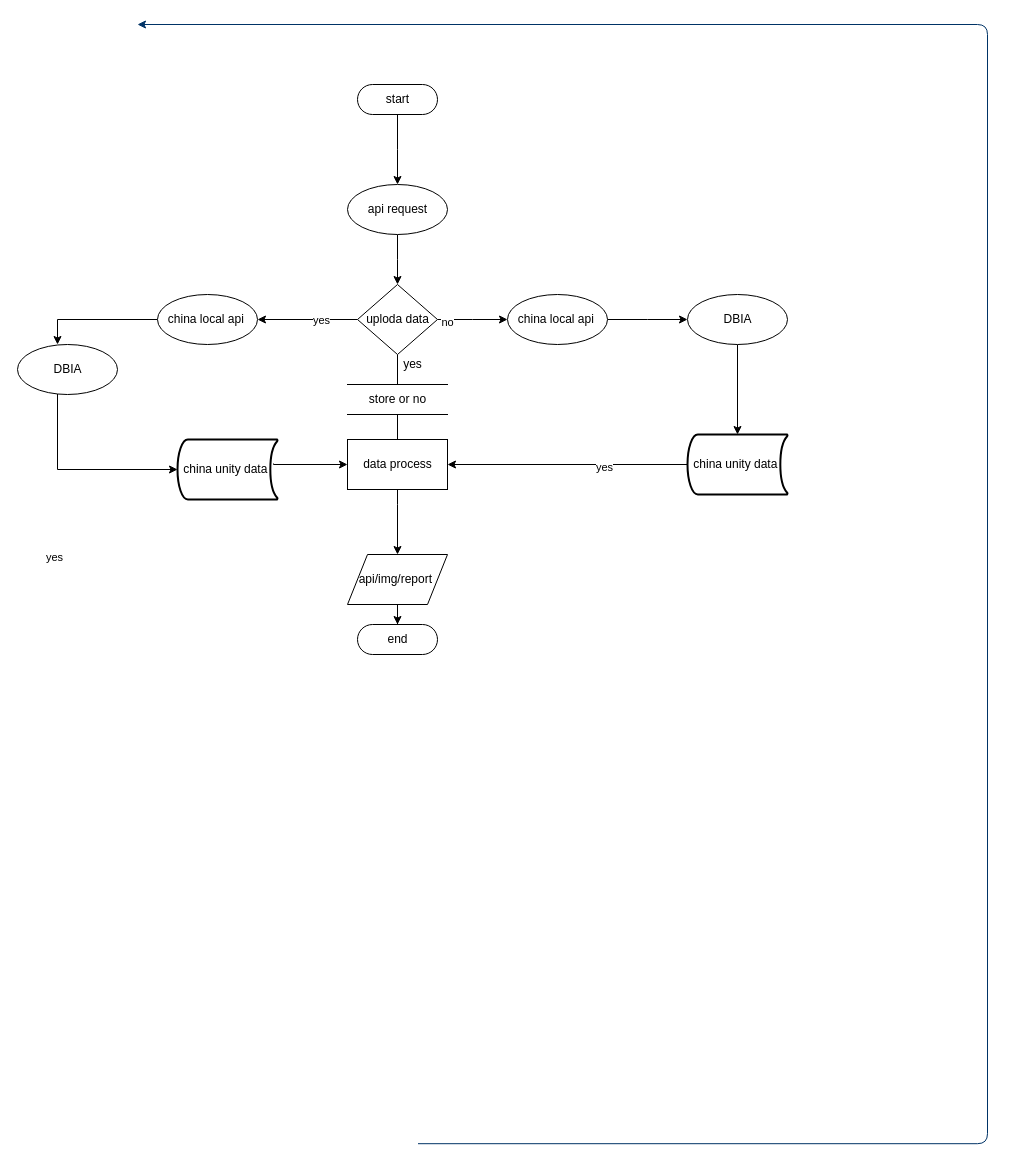
The draw.io diagram data2.drawio in 780662833/file, before the edit. Source tidied: cells renumbered, new cells numbered last; positions are measured from the earlier drawing's top-left corner, leaving out a move shared by most shapes. Both pictures are drawn from the tidied source at 100%, with x=0, y=0 at pixel (17, 24).
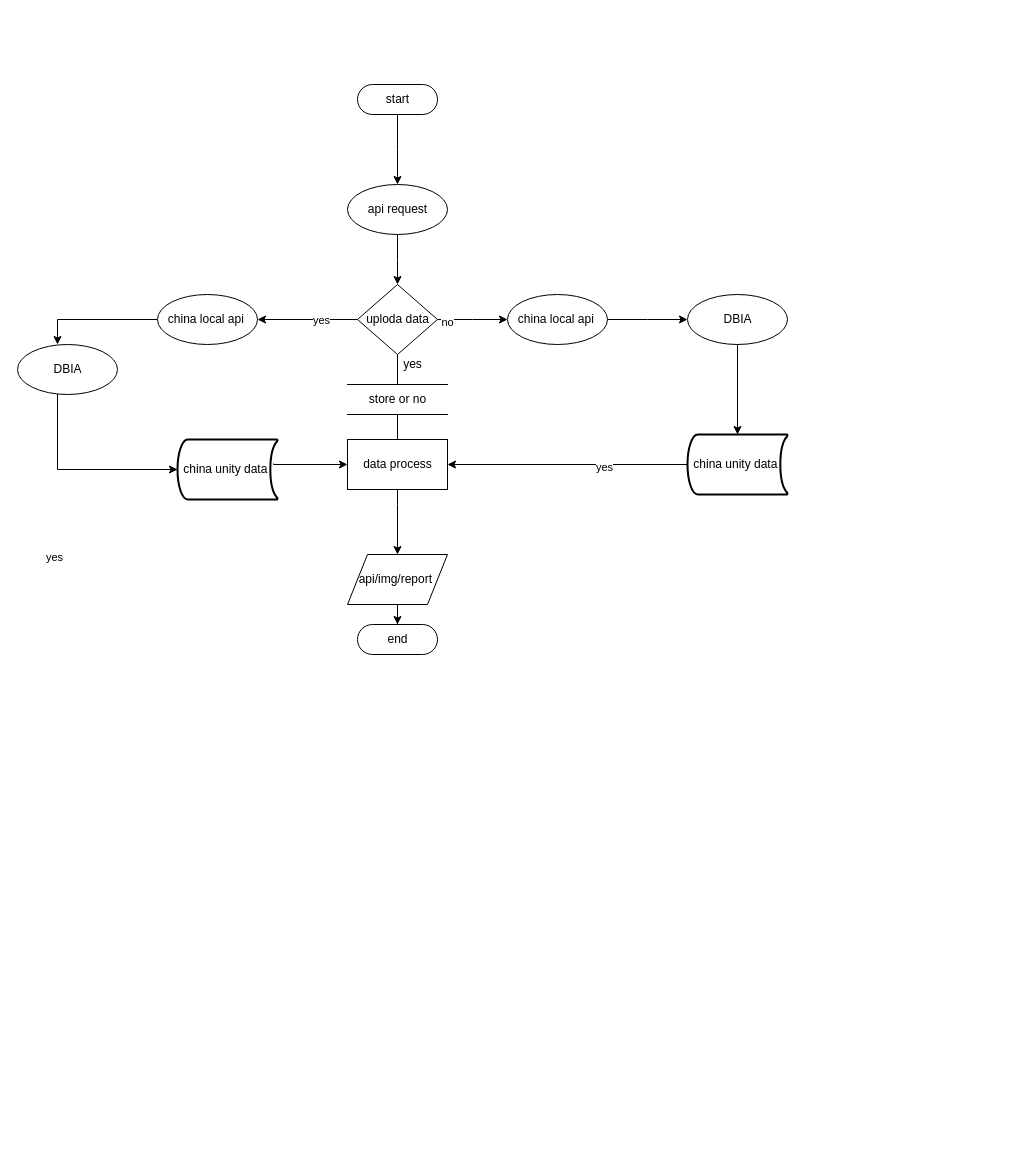
The same diagram, later.

Diff of the diagram source:
```diff
@@
-    <mxCell id="2" style="edgeStyle=elbowEdgeStyle;elbow=horizontal;exitX=1;exitY=0.5;exitPerimeter=0;entryX=0.905;entryY=0.5;entryPerimeter=0;fontStyle=1;strokeColor=#003366;strokeWidth=1;html=1;" parent="1" edge="1">
-      <mxGeometry as="geometry">
-        <mxPoint x="400.5" y="1119.2" as="sourcePoint" />
-        <mxPoint x="120" as="targetPoint" />
-        <Array as="points">
-          <mxPoint x="970" y="1320" />
-        </Array>
-      </mxGeometry>
-    </mxCell>
```
